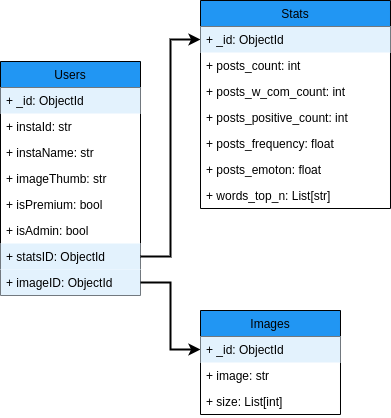
Before: figs/instadb.png, a diagram exported from draw.io (maxim1317/_dev_squad_prod). Source tidied: cells renumbered, new cells last; positions are measured from the earlier drawing's top-left corner, leaving out a move shared by most shapes.
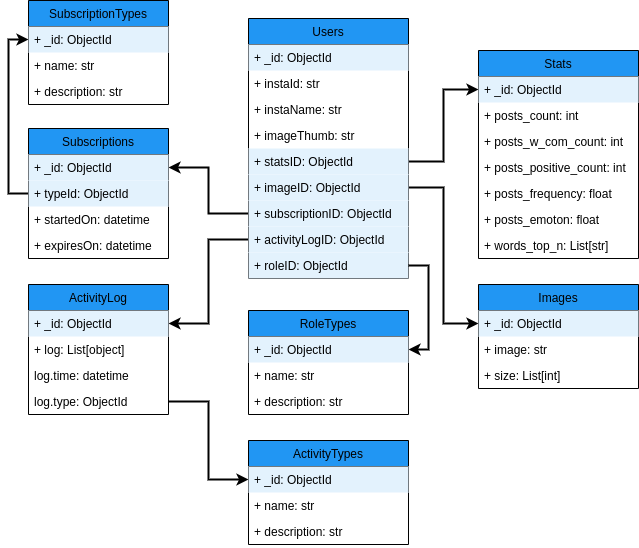
The same file after the commit.

What changed in the source:
```diff
@@ -2,74 +2,158 @@
   <root>
     <mxCell id="0" />
     <mxCell id="1" parent="0" />
-    <mxCell id="2" value="Users" style="swimlane;fontStyle=0;horizontal=1;startSize=26;fillColor=#2196f3;" parent="1" vertex="1">
-      <mxGeometry y="61" width="140" height="234" as="geometry" />
-    </mxCell>
-    <mxCell id="3" value="+ _id: ObjectId" style="text;strokeColor=none;fillColor=#E3F2FD;align=left;verticalAlign=top;spacingLeft=4;spacingRight=4;overflow=hidden;" parent="2" vertex="1">
-      <mxGeometry y="26" width="140" height="26" as="geometry" />
-    </mxCell>
-    <mxCell id="4" value="+ instaId: str" style="text;strokeColor=none;fillColor=none;align=left;verticalAlign=top;spacingLeft=4;spacingRight=4;overflow=hidden;" parent="2" vertex="1">
-      <mxGeometry y="52" width="140" height="26" as="geometry" />
-    </mxCell>
-    <mxCell id="5" value="+ instaName: str" style="text;strokeColor=none;fillColor=none;align=left;verticalAlign=top;spacingLeft=4;spacingRight=4;overflow=hidden;" parent="2" vertex="1">
-      <mxGeometry y="78" width="140" height="26" as="geometry" />
-    </mxCell>
-    <mxCell id="6" value="+ imageThumb: str" style="text;strokeColor=none;fillColor=none;align=left;verticalAlign=top;spacingLeft=4;spacingRight=4;overflow=hidden;" parent="2" vertex="1">
-      <mxGeometry y="104" width="140" height="26" as="geometry" />
-    </mxCell>
-    <mxCell id="7" value="+ isPremium: bool" style="text;strokeColor=none;fillColor=none;align=left;verticalAlign=top;spacingLeft=4;spacingRight=4;overflow=hidden;" parent="2" vertex="1">
-      <mxGeometry y="130" width="140" height="26" as="geometry" />
-    </mxCell>
-    <mxCell id="8" value="+ isAdmin: bool" style="text;strokeColor=none;fillColor=none;align=left;verticalAlign=top;spacingLeft=4;spacingRight=4;overflow=hidden;" parent="2" vertex="1">
-      <mxGeometry y="156" width="140" height="26" as="geometry" />
-    </mxCell>
-    <mxCell id="9" value="+ statsID: ObjectId" style="text;strokeColor=none;fillColor=#E3F2FD;align=left;verticalAlign=top;spacingLeft=4;spacingRight=4;overflow=hidden;points=[[0,0.5],[1,0.5]];portConstraint=eastwest;" parent="2" vertex="1">
-      <mxGeometry y="182" width="140" height="26" as="geometry" />
-    </mxCell>
-    <mxCell id="10" value="+ imageID: ObjectId" style="text;strokeColor=none;fillColor=#E3F2FD;align=left;verticalAlign=top;spacingLeft=4;spacingRight=4;overflow=hidden;points=[[0,0.5],[1,0.5]];portConstraint=eastwest;" parent="2" vertex="1">
-      <mxGeometry y="208" width="140" height="26" as="geometry" />
-    </mxCell>
     <mxCell id="11" style="edgeStyle=orthogonalEdgeStyle;rounded=0;jettySize=auto;html=1;exitX=1;exitY=0.5;exitDx=0;exitDy=0;strokeWidth=2;" parent="1" edge="1" source="9" target="18">
       <mxGeometry relative="1" as="geometry" />
     </mxCell>
     <mxCell id="12" style="edgeStyle=orthogonalEdgeStyle;rounded=0;jettySize=auto;html=1;exitX=1;exitY=0.5;exitDx=0;exitDy=0;strokeWidth=2;" parent="1" edge="1" source="10" target="14">
       <mxGeometry relative="1" as="geometry" />
     </mxCell>
-    <mxCell id="13" value="Images" style="swimlane;fontStyle=0;horizontal=1;startSize=26;fillColor=#2196f3;" parent="1" vertex="1">
-      <mxGeometry x="200" y="310" width="140" height="104" as="geometry" />
-    </mxCell>
-    <mxCell id="14" value="+ _id: ObjectId" style="text;strokeColor=none;fillColor=#E3F2FD;align=left;verticalAlign=top;spacingLeft=4;spacingRight=4;overflow=hidden;points=[[0,0.5],[1,0.5]];portConstraint=eastwest;" parent="13" vertex="1">
-      <mxGeometry y="26" width="140" height="26" as="geometry" />
-    </mxCell>
-    <mxCell id="15" value="+ image: str" style="text;strokeColor=none;fillColor=none;align=left;verticalAlign=top;spacingLeft=4;spacingRight=4;overflow=hidden;" parent="13" vertex="1">
-      <mxGeometry y="52" width="140" height="26" as="geometry" />
-    </mxCell>
-    <mxCell id="16" value="+ size: List[int]" style="text;strokeColor=none;fillColor=none;align=left;verticalAlign=top;spacingLeft=4;spacingRight=4;overflow=hidden;" parent="13" vertex="1">
-      <mxGeometry y="78" width="140" height="26" as="geometry" />
-    </mxCell>
+    <mxCell id="25" style="edgeStyle=orthogonalEdgeStyle;rounded=0;jettySize=auto;html=1;exitX=0;exitY=0.5;exitDx=0;exitDy=0;entryX=0;entryY=0.5;entryDx=0;entryDy=0;strokeWidth=2;" parent="1" edge="1" source="38" target="35">
+      <mxGeometry relative="1" as="geometry" />
+    </mxCell>
     <mxCell id="17" value="Stats" style="swimlane;fontStyle=0;horizontal=1;startSize=26;fillColor=#2196f3;" parent="1" vertex="1">
-      <mxGeometry x="200" width="190" height="208" as="geometry" />
+      <mxGeometry x="340" y="-100" width="160" height="208" as="geometry" />
     </mxCell>
     <mxCell id="18" value="+ _id: ObjectId" style="text;strokeColor=none;fillColor=#E3F2FD;align=left;verticalAlign=top;spacingLeft=4;spacingRight=4;overflow=hidden;points=[[0,0.5],[1,0.5]];portConstraint=eastwest;" parent="17" vertex="1">
-      <mxGeometry y="26" width="190" height="26" as="geometry" />
+      <mxGeometry y="26" width="160" height="26" as="geometry" />
     </mxCell>
     <mxCell id="19" value="+ posts_count: int" style="text;strokeColor=none;fillColor=none;align=left;verticalAlign=top;spacingLeft=4;spacingRight=4;overflow=hidden;" parent="17" vertex="1">
-      <mxGeometry y="52" width="190" height="26" as="geometry" />
+      <mxGeometry y="52" width="160" height="26" as="geometry" />
     </mxCell>
     <mxCell id="20" value="+ posts_w_com_count: int" style="text;strokeColor=none;fillColor=none;align=left;verticalAlign=top;spacingLeft=4;spacingRight=4;overflow=hidden;" parent="17" vertex="1">
-      <mxGeometry y="78" width="190" height="26" as="geometry" />
+      <mxGeometry y="78" width="160" height="26" as="geometry" />
     </mxCell>
     <mxCell id="21" value="+ posts_positive_count: int" style="text;strokeColor=none;fillColor=none;align=left;verticalAlign=top;spacingLeft=4;spacingRight=4;overflow=hidden;" parent="17" vertex="1">
-      <mxGeometry y="104" width="190" height="26" as="geometry" />
+      <mxGeometry y="104" width="160" height="26" as="geometry" />
     </mxCell>
     <mxCell id="22" value="+ posts_frequency: float" style="text;strokeColor=none;fillColor=none;align=left;verticalAlign=top;spacingLeft=4;spacingRight=4;overflow=hidden;" parent="17" vertex="1">
-      <mxGeometry y="130" width="190" height="26" as="geometry" />
+      <mxGeometry y="130" width="160" height="26" as="geometry" />
     </mxCell>
     <mxCell id="23" value="+ posts_emoton: float" style="text;strokeColor=none;fillColor=none;align=left;verticalAlign=top;spacingLeft=4;spacingRight=4;overflow=hidden;" parent="17" vertex="1">
-      <mxGeometry y="156" width="190" height="26" as="geometry" />
+      <mxGeometry y="156" width="160" height="26" as="geometry" />
     </mxCell>
     <mxCell id="24" value="+ words_top_n: List[str]" style="text;strokeColor=none;fillColor=none;align=left;verticalAlign=top;spacingLeft=4;spacingRight=4;overflow=hidden;" parent="17" vertex="1">
-      <mxGeometry y="182" width="190" height="26" as="geometry" />
+      <mxGeometry y="182" width="160" height="26" as="geometry" />
     </mxCell>
+    <mxCell id="26" style="edgeStyle=orthogonalEdgeStyle;rounded=0;jettySize=auto;html=1;exitX=0;exitY=0.5;exitDx=0;exitDy=0;strokeWidth=2;" parent="1" edge="1" source="43" target="39">
+      <mxGeometry relative="1" as="geometry" />
+    </mxCell>
+    <mxCell id="27" style="edgeStyle=orthogonalEdgeStyle;rounded=0;jettySize=auto;html=1;exitX=0;exitY=0.5;exitDx=0;exitDy=0;strokeWidth=2;" parent="1" edge="1" source="44" target="29">
+      <mxGeometry relative="1" as="geometry" />
+    </mxCell>
+    <mxCell id="28" value="ActivityLog" style="swimlane;fontStyle=0;horizontal=1;startSize=26;fillColor=#2196f3;" parent="1" vertex="1">
+      <mxGeometry x="-110" y="134" width="140" height="130" as="geometry" />
+    </mxCell>
+    <mxCell id="29" value="+ _id: ObjectId" style="text;strokeColor=none;fillColor=#E3F2FD;align=left;verticalAlign=top;spacingLeft=4;spacingRight=4;overflow=hidden;points=[[0,0.5],[1,0.5]];portConstraint=eastwest;" parent="28" vertex="1">
+      <mxGeometry y="26" width="140" height="26" as="geometry" />
+    </mxCell>
+    <mxCell id="30" value="+ log: List[object]" style="text;strokeColor=none;fillColor=none;align=left;verticalAlign=top;spacingLeft=4;spacingRight=4;overflow=hidden;" parent="28" vertex="1">
+      <mxGeometry y="52" width="140" height="26" as="geometry" />
+    </mxCell>
+    <mxCell id="31" value="log.time: datetime" style="text;strokeColor=none;fillColor=none;align=left;verticalAlign=top;spacingLeft=4;spacingRight=4;overflow=hidden;" parent="28" vertex="1">
+      <mxGeometry y="78" width="140" height="26" as="geometry" />
+    </mxCell>
+    <mxCell id="32" value="log.type: ObjectId" style="text;strokeColor=none;fillColor=none;align=left;verticalAlign=top;spacingLeft=4;spacingRight=4;overflow=hidden;points=[[0,0.5],[1,0.5]];portConstraint=eastwest;" parent="28" vertex="1">
+      <mxGeometry y="104" width="140" height="26" as="geometry" />
+    </mxCell>
+    <mxCell id="33" style="edgeStyle=orthogonalEdgeStyle;rounded=0;jettySize=auto;html=1;exitX=1;exitY=0.5;exitDx=0;exitDy=0;entryX=0;entryY=0.5;entryDx=0;entryDy=0;strokeWidth=2;" parent="1" edge="1" source="32" target="52">
+      <mxGeometry relative="1" as="geometry" />
+    </mxCell>
+    <mxCell id="34" value="SubscriptionTypes" style="swimlane;fontStyle=0;horizontal=1;startSize=26;fillColor=#2196f3;" parent="1" vertex="1">
+      <mxGeometry x="-110" y="-150" width="140" height="104" as="geometry" />
+    </mxCell>
+    <mxCell id="35" value="+ _id: ObjectId" style="text;strokeColor=none;fillColor=#E3F2FD;align=left;verticalAlign=top;spacingLeft=4;spacingRight=4;overflow=hidden;points=[[0,0.5],[1,0.5]];portConstraint=eastwest;" parent="34" vertex="1">
+      <mxGeometry y="26" width="140" height="26" as="geometry" />
+    </mxCell>
+    <mxCell id="36" value="+ name: str" style="text;strokeColor=none;fillColor=none;align=left;verticalAlign=top;spacingLeft=4;spacingRight=4;overflow=hidden;" parent="34" vertex="1">
+      <mxGeometry y="52" width="140" height="26" as="geometry" />
+    </mxCell>
+    <mxCell id="37" value="+ description: str" style="text;strokeColor=none;fillColor=none;align=left;verticalAlign=top;spacingLeft=4;spacingRight=4;overflow=hidden;" parent="34" vertex="1">
+      <mxGeometry y="78" width="140" height="26" as="geometry" />
+    </mxCell>
+    <mxCell id="38" value="Subscriptions" style="swimlane;fontStyle=0;horizontal=1;startSize=26;fillColor=#2196f3;" parent="1" vertex="1">
+      <mxGeometry x="-110" y="-22" width="140" height="130" as="geometry" />
+    </mxCell>
+    <mxCell id="39" value="+ _id: ObjectId" style="text;strokeColor=none;fillColor=#E3F2FD;align=left;verticalAlign=top;spacingLeft=4;spacingRight=4;overflow=hidden;points=[[0,0.5],[1,0.5]];portConstraint=eastwest;" parent="38" vertex="1">
+      <mxGeometry y="26" width="140" height="26" as="geometry" />
+    </mxCell>
+    <mxCell id="40" value="+ typeId: ObjectId" style="text;strokeColor=none;fillColor=#E3F2FD;align=left;verticalAlign=top;spacingLeft=4;spacingRight=4;overflow=hidden;" parent="38" vertex="1">
+      <mxGeometry y="52" width="140" height="26" as="geometry" />
+    </mxCell>
+    <mxCell id="41" value="+ startedOn: datetime" style="text;strokeColor=none;fillColor=none;align=left;verticalAlign=top;spacingLeft=4;spacingRight=4;overflow=hidden;" parent="38" vertex="1">
+      <mxGeometry y="78" width="140" height="26" as="geometry" />
+    </mxCell>
+    <mxCell id="42" value="+ expiresOn: datetime" style="text;strokeColor=none;fillColor=none;align=left;verticalAlign=top;spacingLeft=4;spacingRight=4;overflow=hidden;" parent="38" vertex="1">
+      <mxGeometry y="104" width="140" height="26" as="geometry" />
+    </mxCell>
+    <mxCell id="2" value="Users" style="swimlane;fontStyle=0;horizontal=1;startSize=26;fillColor=#2196f3;" parent="1" vertex="1">
+      <mxGeometry x="110" y="-132" width="160" height="260" as="geometry" />
+    </mxCell>
+    <mxCell id="3" value="+ _id: ObjectId" style="text;strokeColor=none;fillColor=#E3F2FD;align=left;verticalAlign=top;spacingLeft=4;spacingRight=4;overflow=hidden;" parent="2" vertex="1">
+      <mxGeometry y="26" width="160" height="26" as="geometry" />
+    </mxCell>
+    <mxCell id="4" value="+ instaId: str" style="text;strokeColor=none;fillColor=none;align=left;verticalAlign=top;spacingLeft=4;spacingRight=4;overflow=hidden;" parent="2" vertex="1">
+      <mxGeometry y="52" width="160" height="26" as="geometry" />
+    </mxCell>
+    <mxCell id="5" value="+ instaName: str" style="text;strokeColor=none;fillColor=none;align=left;verticalAlign=top;spacingLeft=4;spacingRight=4;overflow=hidden;" parent="2" vertex="1">
+      <mxGeometry y="78" width="160" height="26" as="geometry" />
+    </mxCell>
+    <mxCell id="6" value="+ imageThumb: str" style="text;strokeColor=none;fillColor=none;align=left;verticalAlign=top;spacingLeft=4;spacingRight=4;overflow=hidden;" parent="2" vertex="1">
+      <mxGeometry y="104" width="160" height="26" as="geometry" />
+    </mxCell>
+    <mxCell id="9" value="+ statsID: ObjectId" style="text;strokeColor=none;fillColor=#E3F2FD;align=left;verticalAlign=top;spacingLeft=4;spacingRight=4;overflow=hidden;points=[[0,0.5],[1,0.5]];portConstraint=eastwest;" parent="2" vertex="1">
+      <mxGeometry y="130" width="160" height="26" as="geometry" />
+    </mxCell>
+    <mxCell id="10" value="+ imageID: ObjectId" style="text;strokeColor=none;fillColor=#E3F2FD;align=left;verticalAlign=top;spacingLeft=4;spacingRight=4;overflow=hidden;points=[[0,0.5],[1,0.5]];portConstraint=eastwest;" parent="2" vertex="1">
+      <mxGeometry y="156" width="160" height="26" as="geometry" />
+    </mxCell>
+    <mxCell id="43" value="+ subscriptionID: ObjectId" style="text;strokeColor=none;fillColor=#E3F2FD;align=left;verticalAlign=top;spacingLeft=4;spacingRight=4;overflow=hidden;points=[[0,0.5],[1,0.5]];portConstraint=eastwest;" parent="2" vertex="1">
+      <mxGeometry y="182" width="160" height="26" as="geometry" />
+    </mxCell>
+    <mxCell id="44" value="+ activityLogID: ObjectId" style="text;strokeColor=none;fillColor=#E3F2FD;align=left;verticalAlign=top;spacingLeft=4;spacingRight=4;overflow=hidden;points=[[0,0.5],[1,0.5]];portConstraint=eastwest;" parent="2" vertex="1">
+      <mxGeometry y="208" width="160" height="26" as="geometry" />
+    </mxCell>
+    <mxCell id="45" value="+ roleID: ObjectId" style="text;strokeColor=none;fillColor=#E3F2FD;align=left;verticalAlign=top;spacingLeft=4;spacingRight=4;overflow=hidden;points=[[0,0.5],[1,0.5]];portConstraint=eastwest;" parent="2" vertex="1">
+      <mxGeometry y="234" width="160" height="26" as="geometry" />
+    </mxCell>
+    <mxCell id="46" style="edgeStyle=orthogonalEdgeStyle;rounded=0;jettySize=auto;html=1;exitX=1;exitY=0.5;exitDx=0;exitDy=0;entryX=1;entryY=0.5;entryDx=0;entryDy=0;strokeWidth=2;" parent="1" edge="1" source="45" target="48">
+      <mxGeometry relative="1" as="geometry" />
+    </mxCell>
+    <mxCell id="47" value="RoleTypes" style="swimlane;fontStyle=0;horizontal=1;startSize=26;fillColor=#2196f3;" parent="1" vertex="1">
+      <mxGeometry x="110" y="160" width="160" height="104" as="geometry" />
+    </mxCell>
+    <mxCell id="48" value="+ _id: ObjectId" style="text;strokeColor=none;fillColor=#E3F2FD;align=left;verticalAlign=top;spacingLeft=4;spacingRight=4;overflow=hidden;points=[[0,0.5],[1,0.5]];portConstraint=eastwest;" parent="47" vertex="1">
+      <mxGeometry y="26" width="160" height="26" as="geometry" />
+    </mxCell>
+    <mxCell id="49" value="+ name: str" style="text;strokeColor=none;fillColor=none;align=left;verticalAlign=top;spacingLeft=4;spacingRight=4;overflow=hidden;" parent="47" vertex="1">
+      <mxGeometry y="52" width="160" height="26" as="geometry" />
+    </mxCell>
+    <mxCell id="50" value="+ description: str" style="text;strokeColor=none;fillColor=none;align=left;verticalAlign=top;spacingLeft=4;spacingRight=4;overflow=hidden;" parent="47" vertex="1">
+      <mxGeometry y="78" width="160" height="26" as="geometry" />
+    </mxCell>
+    <mxCell id="51" value="ActivityTypes" style="swimlane;fontStyle=0;horizontal=1;startSize=26;fillColor=#2196f3;" parent="1" vertex="1">
+      <mxGeometry x="110" y="290" width="160" height="104" as="geometry" />
+    </mxCell>
+    <mxCell id="52" value="+ _id: ObjectId" style="text;strokeColor=none;fillColor=#E3F2FD;align=left;verticalAlign=top;spacingLeft=4;spacingRight=4;overflow=hidden;points=[[0,0.5],[1,0.5]];portConstraint=eastwest;" parent="51" vertex="1">
+      <mxGeometry y="26" width="160" height="26" as="geometry" />
+    </mxCell>
+    <mxCell id="53" value="+ name: str" style="text;strokeColor=none;fillColor=none;align=left;verticalAlign=top;spacingLeft=4;spacingRight=4;overflow=hidden;" parent="51" vertex="1">
+      <mxGeometry y="52" width="160" height="26" as="geometry" />
+    </mxCell>
+    <mxCell id="54" value="+ description: str" style="text;strokeColor=none;fillColor=none;align=left;verticalAlign=top;spacingLeft=4;spacingRight=4;overflow=hidden;" parent="51" vertex="1">
+      <mxGeometry y="78" width="160" height="26" as="geometry" />
+    </mxCell>
+    <mxCell id="13" value="Images" style="swimlane;fontStyle=0;horizontal=1;startSize=26;fillColor=#2196f3;" parent="1" vertex="1">
+      <mxGeometry x="340" y="134" width="160" height="104" as="geometry" />
+    </mxCell>
+    <mxCell id="14" value="+ _id: ObjectId" style="text;strokeColor=none;fillColor=#E3F2FD;align=left;verticalAlign=top;spacingLeft=4;spacingRight=4;overflow=hidden;points=[[0,0.5],[1,0.5]];portConstraint=eastwest;" parent="13" vertex="1">
+      <mxGeometry y="26" width="160" height="26" as="geometry" />
+    </mxCell>
+    <mxCell id="15" value="+ image: str" style="text;strokeColor=none;fillColor=none;align=left;verticalAlign=top;spacingLeft=4;spacingRight=4;overflow=hidden;" parent="13" vertex="1">
+      <mxGeometry y="52" width="160" height="26" as="geometry" />
+    </mxCell>
+    <mxCell id="16" value="+ size: List[int]" style="text;strokeColor=none;fillColor=none;align=left;verticalAlign=top;spacingLeft=4;spacingRight=4;overflow=hidden;" parent="13" vertex="1">
+      <mxGeometry y="78" width="160" height="26" as="geometry" />
+    </mxCell>
   </root>
 </mxGraphModel>
```
